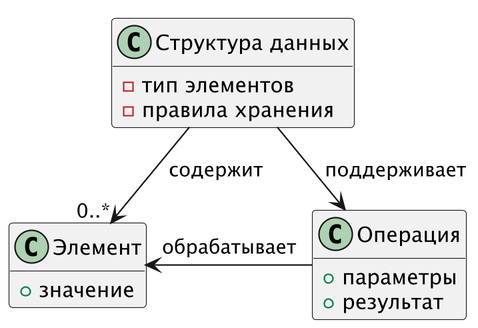
Earlier version of the PlantUML export schemes/entities.png (IceMangh/lab1). The source it was exported from:
```plantuml
@startuml
!pragma layout smetana

skinparam shadowing false
skinparam dpi 216
skinparam ranksep 60
skinparam nodesep 75
hide empty methods

class "Структура данных" as Structure {
    - тип элементов
    - правила хранения
}

class "Элемент" as Element {
    + значение
}

class "Операция" as Operation {
    + параметры
    + результат
}

Structure --> "0..*" Element : содержит
Structure --> Operation : поддерживает
Operation -left-> Element : обрабатывает
@enduml
```
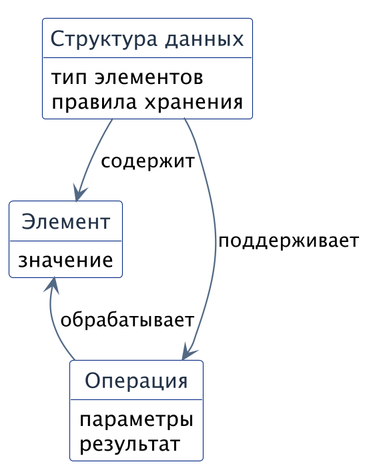
Above is the later version.

Diff of the diagram source:
```diff
@@ -5,23 +5,30 @@
 skinparam dpi 216
 skinparam ranksep 60
 skinparam nodesep 75
+skinparam class {
+    BackgroundColor White
+    BorderColor #052984
+    FontColor #223247
+}
+skinparam ArrowColor #526984
+hide circle
 hide empty methods
 
-class "Структура данных" as Structure {
-    - тип элементов
-    - правила хранения
+entity "Структура данных" as Structure {
+    тип элементов
+    правила хранения
 }
 
-class "Элемент" as Element {
-    + значение
+entity "Элемент" as Element {
+    значение
 }
 
-class "Операция" as Operation {
-    + параметры
-    + результат
+entity "Операция" as Operation {
+    параметры
+    результат
 }
 
-Structure --> "0..*" Element : содержит
+Structure --> Element : содержит
 Structure --> Operation : поддерживает
-Operation -left-> Element : обрабатывает
+Element <-- Operation : обрабатывает
 @enduml
```
